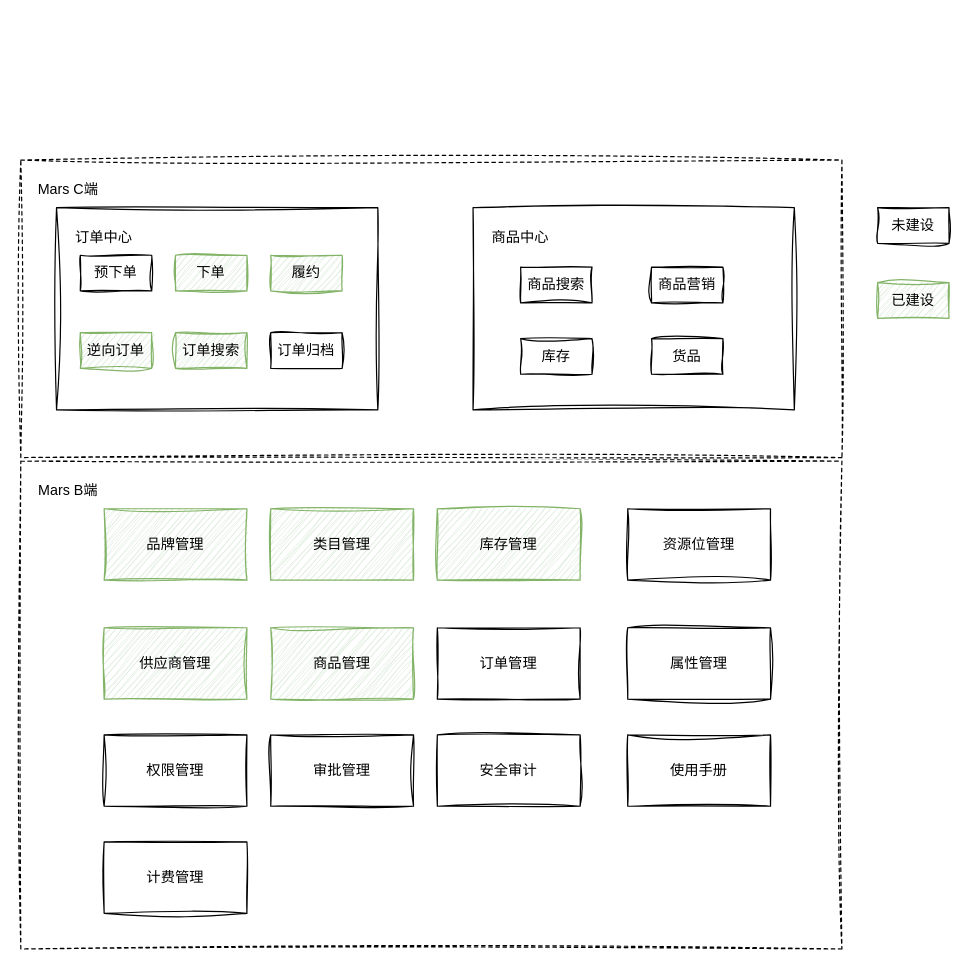
Before: mars系统业务架构.drawio in jichuanwang/learning, a draw.io diagram. Source tidied: cells renumbered, new cells numbered last; positions are measured from the earlier drawing's top-left corner, leaving out a move shared by most shapes. Both pictures are drawn from the tidied source at 119%, with x=0, y=0 at pixel (20, 159).
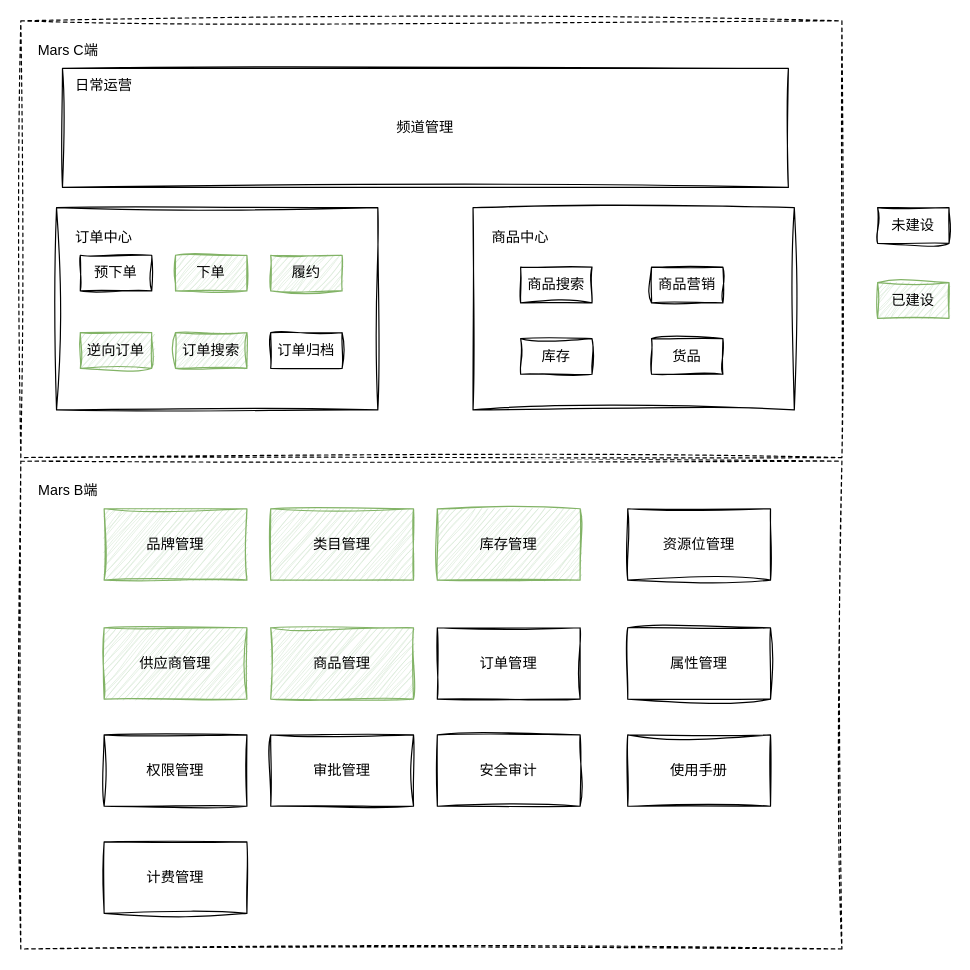
The same diagram, later.

Commit message:
更新mars系统业务架构.drawio

Change to the diagram source:
```diff
@@
     <mxCell id="15" style="rounded=0;whiteSpace=wrap;html=1;dashed=1;fillStyle=auto;glass=0;sketch=1;curveFitting=1;jiggle=2;" parent="1" vertex="1">
-      <mxGeometry width="690" height="250" as="geometry" />
+      <mxGeometry y="-117" width="690" height="367" as="geometry" />
     </mxCell>
@@
     <mxCell id="17" value="Mars C端" style="text;html=1;strokeColor=none;fillColor=none;align=center;verticalAlign=middle;whiteSpace=wrap;rounded=0;" parent="1" vertex="1">
-      <mxGeometry x="10" y="10" width="60" height="30" as="geometry" />
+      <mxGeometry x="10" y="-107" width="60" height="30" as="geometry" />
     </mxCell>
@@
+    <mxCell id="35" value="频道管理" style="rounded=0;whiteSpace=wrap;html=1;sketch=1;curveFitting=1;jiggle=2;" parent="1" vertex="1">
+      <mxGeometry x="35" y="-77" width="610" height="100" as="geometry" />
+    </mxCell>
@@
+    <mxCell id="36" value="日常运营" style="text;html=1;strokeColor=none;fillColor=none;align=center;verticalAlign=middle;whiteSpace=wrap;rounded=0;" parent="1" vertex="1">
+      <mxGeometry x="40" y="-77" width="60" height="30" as="geometry" />
+    </mxCell>
```
